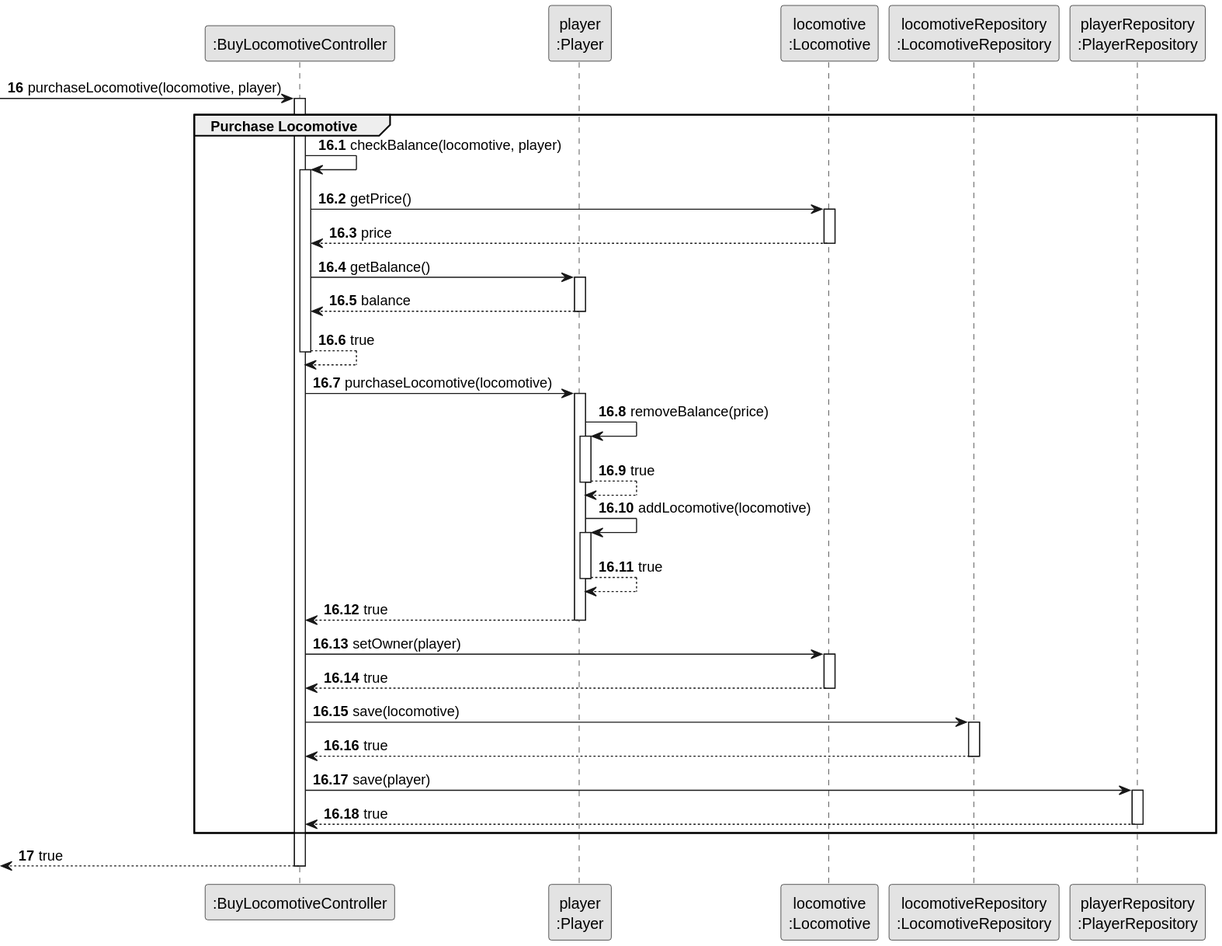
HenriqueSilva18/Railway-Network-Simulator keeps this PlantUML diagram as docs/system-documentation/Sprint 2/US09/03.design/svg/US09-SD-partial-purchase-locomotive.svg. Above is the earlier version.
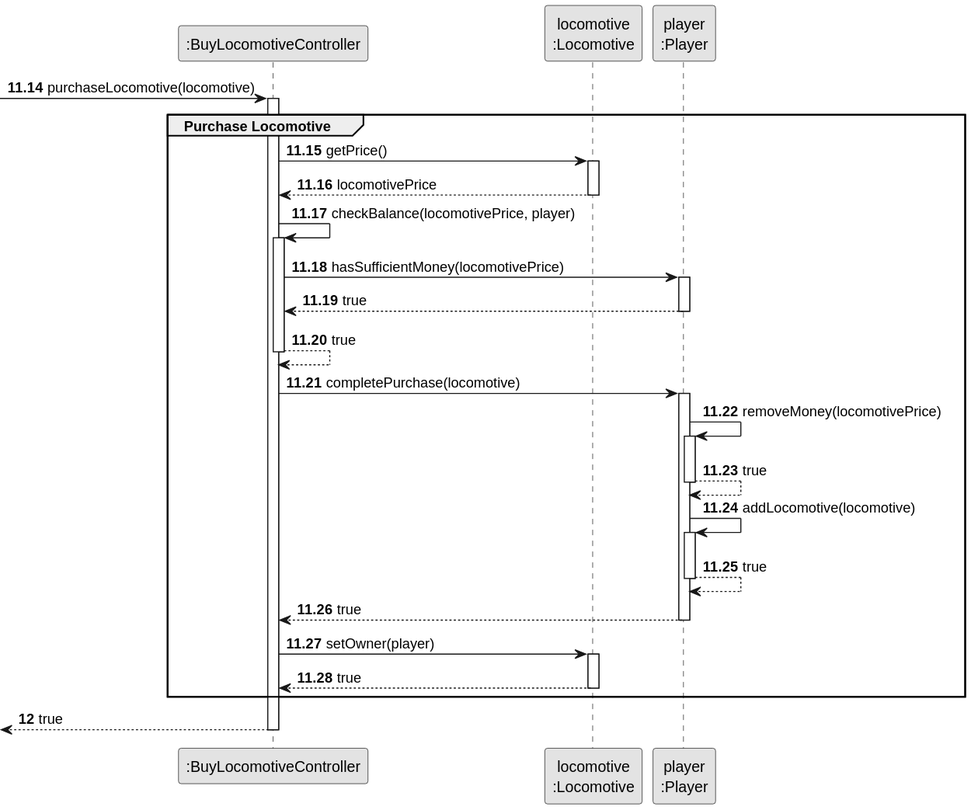
After the commit.

What changed in the source:
```diff
@@ -4,65 +4,51 @@
 skinparam shadowing false
 
 participant ":BuyLocomotiveController" as CTRL
-participant "player\n:Player" as PLAYER
 participant "locomotive\n:Locomotive" as LOCOMOTIVE
-participant "locomotiveRepository\n:LocomotiveRepository" as LOC_REPO
-participant "playerRepository\n:PlayerRepository" as PLAYER_REPO
+participant "player\n:Player" as PLAYER_OBJ
 
-autonumber 16
--> CTRL: purchaseLocomotive(locomotive, player)
+autonumber 11.14
+-> CTRL : purchaseLocomotive(locomotive)
 
-autonumber 16.1
+autonumber 11.15
 activate CTRL
     group Purchase Locomotive
+        CTRL -> LOCOMOTIVE : getPrice()
+        activate LOCOMOTIVE
+            LOCOMOTIVE --> CTRL : locomotivePrice
+        deactivate LOCOMOTIVE
 
-        CTRL -> CTRL: checkBalance(locomotive, player)
+        CTRL -> CTRL : checkBalance(locomotivePrice, player)
         activate CTRL
-            CTRL -> LOCOMOTIVE: getPrice()
-            activate LOCOMOTIVE
-                LOCOMOTIVE --> CTRL: price
-            deactivate LOCOMOTIVE
-
-            CTRL -> PLAYER: getBalance()
-            activate PLAYER
-                PLAYER --> CTRL: balance
-            deactivate PLAYER
-
-            CTRL --> CTRL: true
+            CTRL -> PLAYER_OBJ : hasSufficientMoney(locomotivePrice)
+            activate PLAYER_OBJ
+                PLAYER_OBJ --> CTRL : true
+            deactivate PLAYER_OBJ
+            CTRL --> CTRL : true
         deactivate CTRL
 
-        CTRL -> PLAYER: purchaseLocomotive(locomotive)
-        activate PLAYER
-            PLAYER -> PLAYER: removeBalance(price)
-            activate PLAYER
-                PLAYER --> PLAYER: true
-            deactivate PLAYER
+        CTRL -> PLAYER_OBJ : completePurchase(locomotive)
+        activate PLAYER_OBJ
+            PLAYER_OBJ -> PLAYER_OBJ : removeMoney(locomotivePrice)
+            activate PLAYER_OBJ
+                PLAYER_OBJ --> PLAYER_OBJ : true
+            deactivate PLAYER_OBJ
 
-            PLAYER -> PLAYER: addLocomotive(locomotive)
-            activate PLAYER
-                PLAYER --> PLAYER: true
-            deactivate PLAYER
+            PLAYER_OBJ -> PLAYER_OBJ : addLocomotive(locomotive)
+            activate PLAYER_OBJ
+                PLAYER_OBJ --> PLAYER_OBJ : true
+            deactivate PLAYER_OBJ
 
-            PLAYER --> CTRL: true
-        deactivate PLAYER
+            PLAYER_OBJ --> CTRL : true
+        deactivate PLAYER_OBJ
 
-        CTRL -> LOCOMOTIVE: setOwner(player)
+        CTRL -> LOCOMOTIVE : setOwner(player)
         activate LOCOMOTIVE
-            LOCOMOTIVE --> CTRL: true
+            LOCOMOTIVE --> CTRL : true
         deactivate LOCOMOTIVE
-
-        CTRL -> LOC_REPO: save(locomotive)
-        activate LOC_REPO
-            LOC_REPO --> CTRL: true
-        deactivate LOC_REPO
-
-        CTRL -> PLAYER_REPO: save(player)
-        activate PLAYER_REPO
-            PLAYER_REPO --> CTRL: true
-        deactivate PLAYER_REPO
     end
 
-    autonumber 17
-    <-- CTRL: true
+    autonumber 12
+    <-- CTRL : true
 deactivate CTRL
 @enduml
```
